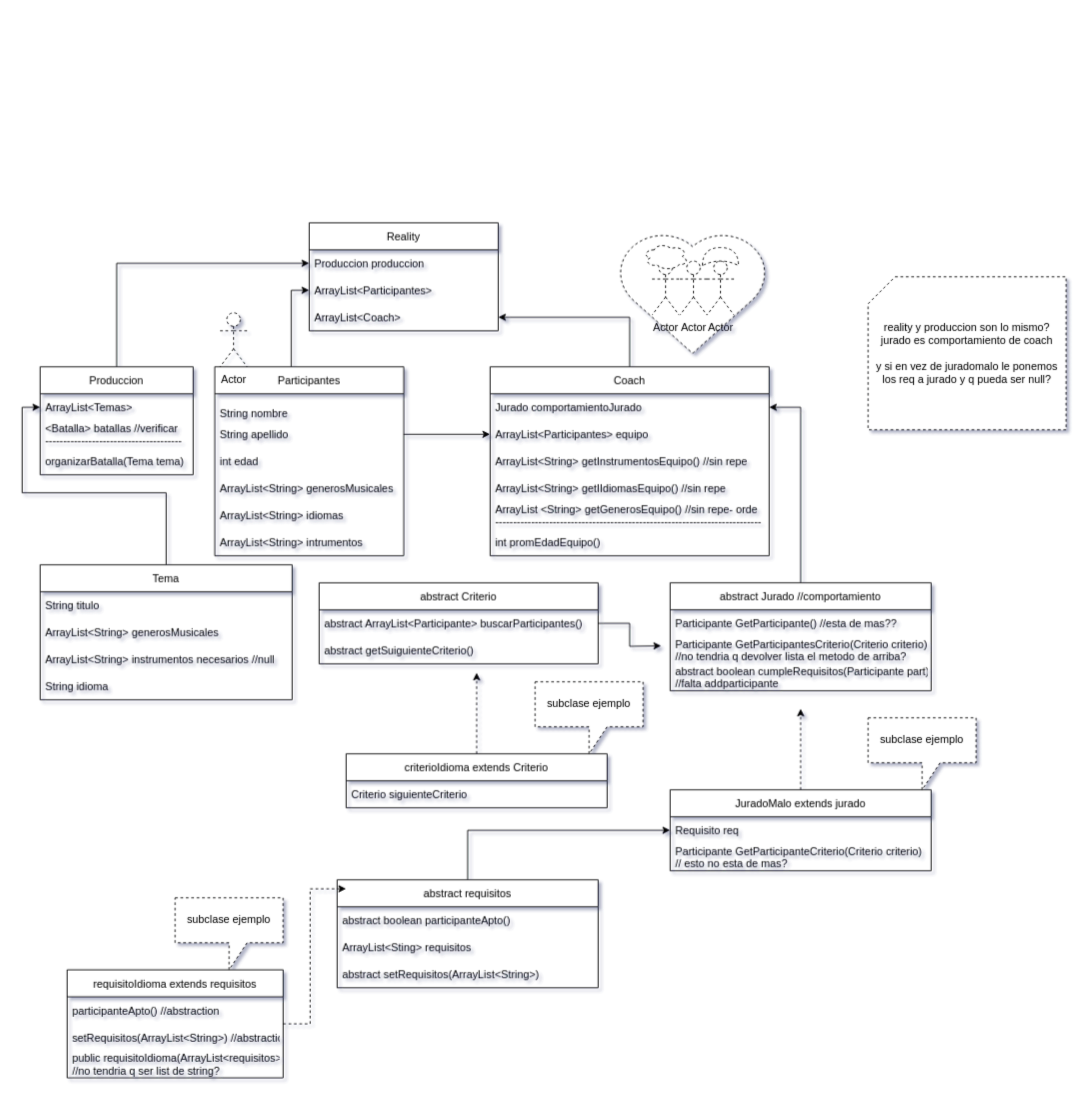
Above: Draw.io/Untitled Diagram.drawio in 01Marina/TPE_prog2 (draw.io), before the change. Source tidied: cells renumbered, new cells numbered last; positions are measured from the earlier drawing's top-left corner, leaving out a move shared by most shapes. Both pictures are drawn from the tidied source at 90%, with x=0, y=0 at pixel (40, 222).
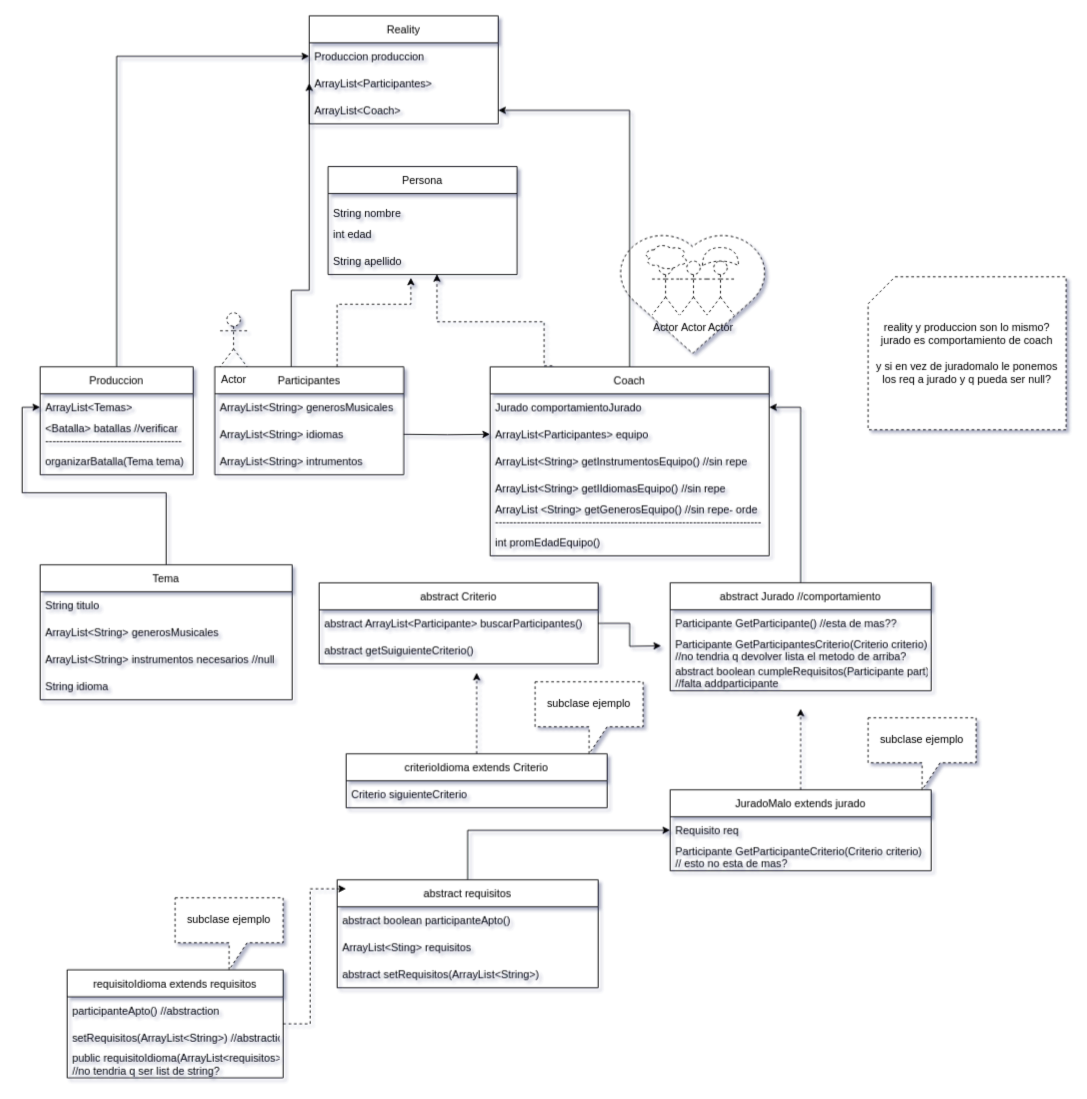
Above is the later version.

Unchanged cells that the change refers to:
```xml
<mxCell id="21" value="Coach" style="swimlane;fontStyle=0;horizontal=1;startSize=30;" parent="1" vertex="1">
  <mxGeometry x="500" y="160" width="310" height="210" as="geometry" />
</mxCell>
<mxCell id="23" value="ArrayList&lt;Participantes&gt; equipo" style="text;strokeColor=none;fillColor=none;align=left;verticalAlign=middle;spacingLeft=4;spacingRight=4;overflow=hidden;points=[[0,0.5],[1,0.5]];portConstraint=eastwest;" parent="21" vertex="1">
  <mxGeometry y="60" width="310" height="30" as="geometry" />
</mxCell>
```

Change to the diagram source:
```diff
@@
     <mxCell id="3" value="Reality" style="swimlane;fontStyle=0;horizontal=1;startSize=30;" parent="1" vertex="1">
-      <mxGeometry x="299" width="210" height="120" as="geometry" />
+      <mxGeometry x="299" y="-230" width="210" height="120" as="geometry" />
     </mxCell>
@@
     <mxCell id="8" value="Participantes" style="swimlane;fontStyle=0;horizontal=1;startSize=30;" parent="1" vertex="1">
-      <mxGeometry x="194" y="160" width="210" height="210" as="geometry" />
+      <mxGeometry x="194" y="160" width="210" height="120" as="geometry" />
     </mxCell>
-    <mxCell id="9" value="&#10;String nombre" style="text;strokeColor=none;fillColor=none;align=left;verticalAlign=middle;spacingLeft=4;spacingRight=4;overflow=hidden;" parent="8" vertex="1">
-      <mxGeometry y="30" width="210" height="30" as="geometry" />
-    </mxCell>
-    <mxCell id="10" value="String apellido" style="text;strokeColor=none;fillColor=none;align=left;verticalAlign=middle;spacingLeft=4;spacingRight=4;overflow=hidden;points=[[0,0.5],[1,0.5]];portConstraint=eastwest;" parent="8" vertex="1">
-      <mxGeometry y="60" width="210" height="30" as="geometry" />
-    </mxCell>
-    <mxCell id="11" value="int edad" style="text;strokeColor=none;fillColor=none;align=left;verticalAlign=middle;spacingLeft=4;spacingRight=4;overflow=hidden;" parent="8" vertex="1">
-      <mxGeometry y="90" width="210" height="30" as="geometry" />
-    </mxCell>
     <mxCell id="12" value="ArrayList&lt;String&gt; generosMusicales" style="text;strokeColor=none;fillColor=none;align=left;verticalAlign=middle;spacingLeft=4;spacingRight=4;overflow=hidden;" parent="8" vertex="1">
-      <mxGeometry y="120" width="210" height="30" as="geometry" />
+      <mxGeometry y="30" width="210" height="30" as="geometry" />
     </mxCell>
     <mxCell id="13" value="ArrayList&lt;String&gt; idiomas" style="text;strokeColor=none;fillColor=none;align=left;verticalAlign=middle;spacingLeft=4;spacingRight=4;overflow=hidden;" parent="8" vertex="1">
-      <mxGeometry y="150" width="210" height="30" as="geometry" />
+      <mxGeometry y="60" width="210" height="30" as="geometry" />
     </mxCell>
     <mxCell id="14" value="ArrayList&lt;String&gt; intrumentos" style="text;strokeColor=none;fillColor=none;align=left;verticalAlign=middle;spacingLeft=4;spacingRight=4;overflow=hidden;" parent="8" vertex="1">
-      <mxGeometry y="180" width="210" height="30" as="geometry" />
+      <mxGeometry y="90" width="210" height="30" as="geometry" />
     </mxCell>
@@
-    <mxCell id="60" style="edgeStyle=orthogonalEdgeStyle;rounded=0;jettySize=auto;html=1;entryX=0;entryY=0.5;entryDx=0;entryDy=0;exitX=1;exitY=0.5;exitDx=0;exitDy=0;" parent="1" edge="1" source="10" target="23">
-      <mxGeometry relative="1" as="geometry" />
+    <mxCell id="60" style="edgeStyle=orthogonalEdgeStyle;rounded=0;jettySize=auto;html=1;entryX=0;entryY=0.5;entryDx=0;entryDy=0;exitX=1;exitY=0.5;exitDx=0;exitDy=0;" parent="1" edge="1" target="23">
+      <mxGeometry relative="1" as="geometry">
+        <mxPoint x="404" y="235" as="sourcePoint" />
+      </mxGeometry>
     </mxCell>
@@
+    <mxCell id="71" value="Persona" style="swimlane;fontStyle=0;horizontal=1;startSize=30;" parent="1" vertex="1">
+      <mxGeometry x="320" y="-62.5" width="210" height="120" as="geometry" />
+    </mxCell>
+    <mxCell id="9" value="&#10;String nombre" style="text;strokeColor=none;fillColor=none;align=left;verticalAlign=middle;spacingLeft=4;spacingRight=4;overflow=hidden;" parent="71" vertex="1">
+      <mxGeometry y="30" width="210" height="30" as="geometry" />
+    </mxCell>
+    <mxCell id="11" value="int edad" style="text;strokeColor=none;fillColor=none;align=left;verticalAlign=middle;spacingLeft=4;spacingRight=4;overflow=hidden;" parent="71" vertex="1">
+      <mxGeometry y="60" width="210" height="30" as="geometry" />
+    </mxCell>
+    <mxCell id="10" value="String apellido" style="text;strokeColor=none;fillColor=none;align=left;verticalAlign=middle;spacingLeft=4;spacingRight=4;overflow=hidden;points=[[0,0.5],[1,0.5]];portConstraint=eastwest;" parent="71" vertex="1">
+      <mxGeometry y="90" width="210" height="30" as="geometry" />
+    </mxCell>
+    <mxCell id="72" style="edgeStyle=orthogonalEdgeStyle;rounded=0;jettySize=auto;html=1;entryX=0.438;entryY=1.117;entryDx=0;entryDy=0;entryPerimeter=0;dashed=1;" parent="71" edge="1" target="10">
+      <mxGeometry relative="1" as="geometry">
+        <mxPoint x="10" y="222.5" as="sourcePoint" />
+        <Array as="points">
+          <mxPoint x="10" y="153" />
+          <mxPoint x="92" y="153" />
+        </Array>
+      </mxGeometry>
+    </mxCell>
+    <mxCell id="73" style="edgeStyle=orthogonalEdgeStyle;rounded=0;jettySize=auto;html=1;entryX=0.576;entryY=0.983;entryDx=0;entryDy=0;entryPerimeter=0;dashed=1;exitX=0.223;exitY=-0.005;exitDx=0;exitDy=0;exitPerimeter=0;" parent="1" edge="1" source="21" target="10">
+      <mxGeometry relative="1" as="geometry">
+        <Array as="points">
+          <mxPoint x="560" y="159" />
+          <mxPoint x="560" y="110" />
+          <mxPoint x="441" y="110" />
+        </Array>
+      </mxGeometry>
+    </mxCell>
```
